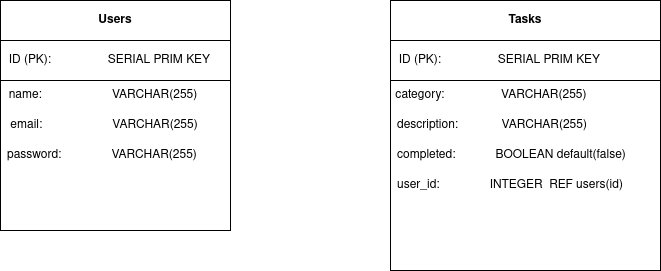
Above: db/schema/Untitled Diagram.png in Justin1002/smartToDoList (draw.io), before the change. Source tidied: cells renumbered, new cells last; positions are measured from the earlier drawing's top-left corner, leaving out a move shared by most shapes. Source of this version:
```xml
<mxGraphModel>
  <root>
    <mxCell id="0" />
    <mxCell id="1" parent="0" />
    <mxCell id="2" style="whiteSpace=wrap;html=1;" parent="1" vertex="1">
      <mxGeometry width="230" height="230" as="geometry" />
    </mxCell>
    <mxCell id="3" value="&lt;b&gt;Users&lt;/b&gt;" style="text;html=1;fillColor=none;align=center;verticalAlign=middle;whiteSpace=wrap;rounded=0;strokeColor=#000000;" parent="1" vertex="1">
      <mxGeometry width="230" height="40" as="geometry" />
    </mxCell>
    <mxCell id="4" value="&lt;div align=&quot;left&quot;&gt;&amp;nbsp; ID (PK):&amp;nbsp;&amp;nbsp;&amp;nbsp;&amp;nbsp;&amp;nbsp;&amp;nbsp;&amp;nbsp;&amp;nbsp;&amp;nbsp;&amp;nbsp;&amp;nbsp;&amp;nbsp;&amp;nbsp;&amp;nbsp;&amp;nbsp;&amp;nbsp; SERIAL PRIM KEY&lt;br&gt;&lt;/div&gt;" style="text;html=1;fillColor=none;align=left;verticalAlign=middle;whiteSpace=wrap;rounded=0;strokeColor=#000000;" parent="1" vertex="1">
      <mxGeometry y="40" width="230" height="40" as="geometry" />
    </mxCell>
    <mxCell id="5" value="&lt;div align=&quot;left&quot;&gt;&amp;nbsp; name: &amp;nbsp; &amp;nbsp; &amp;nbsp; &amp;nbsp; &amp;nbsp; &amp;nbsp; &amp;nbsp; &amp;nbsp; &amp;nbsp;&amp;nbsp;&amp;nbsp; VARCHAR(255) &lt;br&gt;&lt;/div&gt;" style="text;html=1;strokeColor=none;fillColor=none;align=left;verticalAlign=middle;whiteSpace=wrap;rounded=0;" parent="1" vertex="1">
      <mxGeometry y="80" width="220" height="30" as="geometry" />
    </mxCell>
    <mxCell id="6" value="&amp;nbsp;email:&amp;nbsp;&amp;nbsp;&amp;nbsp;&amp;nbsp;&amp;nbsp;&amp;nbsp;&amp;nbsp;&amp;nbsp;&amp;nbsp;&amp;nbsp;&amp;nbsp;&amp;nbsp;&amp;nbsp;&amp;nbsp;&amp;nbsp;&amp;nbsp;&amp;nbsp;&amp;nbsp;&amp;nbsp;&amp;nbsp; VARCHAR(255)" style="text;html=1;strokeColor=none;fillColor=none;align=left;verticalAlign=middle;whiteSpace=wrap;rounded=0;" parent="1" vertex="1">
      <mxGeometry x="5" y="110" width="220" height="30" as="geometry" />
    </mxCell>
    <mxCell id="7" value="password:&amp;nbsp;&amp;nbsp;&amp;nbsp;&amp;nbsp;&amp;nbsp;&amp;nbsp;&amp;nbsp;&amp;nbsp;&amp;nbsp;&amp;nbsp;&amp;nbsp;&amp;nbsp;&amp;nbsp;&amp;nbsp; VARCHAR(255)" style="text;html=1;strokeColor=none;fillColor=none;align=left;verticalAlign=middle;whiteSpace=wrap;rounded=0;" parent="1" vertex="1">
      <mxGeometry x="5" y="140" width="220" height="30" as="geometry" />
    </mxCell>
    <mxCell id="8" style="whiteSpace=wrap;html=1;" parent="1" vertex="1">
      <mxGeometry x="390" width="270" height="270" as="geometry" />
    </mxCell>
    <mxCell id="9" value="&lt;b&gt;Tasks&lt;/b&gt;" style="text;html=1;fillColor=none;align=center;verticalAlign=middle;whiteSpace=wrap;rounded=0;strokeColor=#000000;" parent="1" vertex="1">
      <mxGeometry x="390" width="270" height="40" as="geometry" />
    </mxCell>
    <mxCell id="10" value="&lt;div align=&quot;left&quot;&gt;&amp;nbsp; ID (PK):&amp;nbsp;&amp;nbsp;&amp;nbsp;&amp;nbsp;&amp;nbsp;&amp;nbsp;&amp;nbsp;&amp;nbsp;&amp;nbsp;&amp;nbsp;&amp;nbsp;&amp;nbsp;&amp;nbsp;&amp;nbsp;&amp;nbsp;&amp;nbsp; SERIAL PRIM KEY&lt;br&gt;&lt;/div&gt;" style="text;html=1;fillColor=none;align=left;verticalAlign=middle;whiteSpace=wrap;rounded=0;strokeColor=#000000;" parent="1" vertex="1">
      <mxGeometry x="390" y="40" width="270" height="40" as="geometry" />
    </mxCell>
    <mxCell id="11" value="&amp;nbsp;category:&amp;nbsp;&amp;nbsp;&amp;nbsp;&amp;nbsp;&amp;nbsp;&amp;nbsp;&amp;nbsp;&amp;nbsp;&amp;nbsp;&amp;nbsp;&amp;nbsp;&amp;nbsp;&amp;nbsp;&amp;nbsp;&amp;nbsp;&amp;nbsp; VARCHAR(255)" style="text;html=1;strokeColor=none;fillColor=none;align=left;verticalAlign=middle;whiteSpace=wrap;rounded=0;" parent="1" vertex="1">
      <mxGeometry x="390" y="80" width="240" height="30" as="geometry" />
    </mxCell>
    <mxCell id="12" value="description:&amp;nbsp;&amp;nbsp;&amp;nbsp;&amp;nbsp;&amp;nbsp;&amp;nbsp;&amp;nbsp;&amp;nbsp;&amp;nbsp;&amp;nbsp;&amp;nbsp;&amp;nbsp; VARCHAR(255)" style="text;html=1;strokeColor=none;fillColor=none;align=left;verticalAlign=middle;whiteSpace=wrap;rounded=0;" parent="1" vertex="1">
      <mxGeometry x="395" y="110" width="235" height="30" as="geometry" />
    </mxCell>
    <mxCell id="13" value="completed:&amp;nbsp;&amp;nbsp;&amp;nbsp;&amp;nbsp;&amp;nbsp;&amp;nbsp;&amp;nbsp;&amp;nbsp;&amp;nbsp;&amp;nbsp;&amp;nbsp; BOOLEAN default(false)" style="text;html=1;strokeColor=none;fillColor=none;align=left;verticalAlign=middle;whiteSpace=wrap;rounded=0;" parent="1" vertex="1">
      <mxGeometry x="395" y="140" width="235" height="30" as="geometry" />
    </mxCell>
    <mxCell id="14" value="user_id:&amp;nbsp;&amp;nbsp;&amp;nbsp;&amp;nbsp;&amp;nbsp;&amp;nbsp;&amp;nbsp;&amp;nbsp;&amp;nbsp;&amp;nbsp;&amp;nbsp;&amp;nbsp;&amp;nbsp;&amp;nbsp; INTEGER&amp;nbsp; REF users(id)" style="text;html=1;strokeColor=none;fillColor=none;align=left;verticalAlign=middle;whiteSpace=wrap;rounded=0;" parent="1" vertex="1">
      <mxGeometry x="395" y="170" width="255" height="30" as="geometry" />
    </mxCell>
  </root>
</mxGraphModel>
```
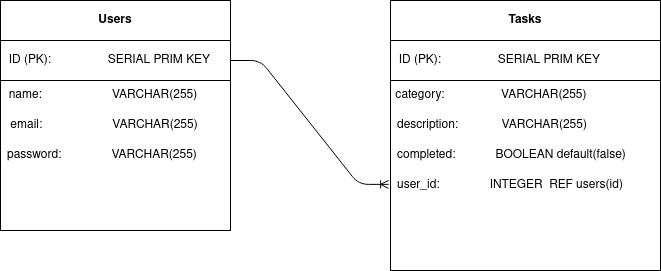
After the change.

Change to the diagram source:
```diff
@@ -41,5 +41,8 @@
     <mxCell id="14" value="user_id:&amp;nbsp;&amp;nbsp;&amp;nbsp;&amp;nbsp;&amp;nbsp;&amp;nbsp;&amp;nbsp;&amp;nbsp;&amp;nbsp;&amp;nbsp;&amp;nbsp;&amp;nbsp;&amp;nbsp;&amp;nbsp; INTEGER&amp;nbsp; REF users(id)" style="text;html=1;strokeColor=none;fillColor=none;align=left;verticalAlign=middle;whiteSpace=wrap;rounded=0;" parent="1" vertex="1">
       <mxGeometry x="395" y="170" width="255" height="30" as="geometry" />
     </mxCell>
+    <mxCell id="15" style="edgeStyle=entityRelationEdgeStyle;fontSize=12;html=1;endArrow=ERoneToMany;exitX=1;exitY=0.5;exitDx=0;exitDy=0;entryX=-0.007;entryY=0.681;entryDx=0;entryDy=0;entryPerimeter=0;" parent="1" edge="1" source="4" target="8">
+      <mxGeometry relative="1" as="geometry" />
+    </mxCell>
   </root>
 </mxGraphModel>
```
